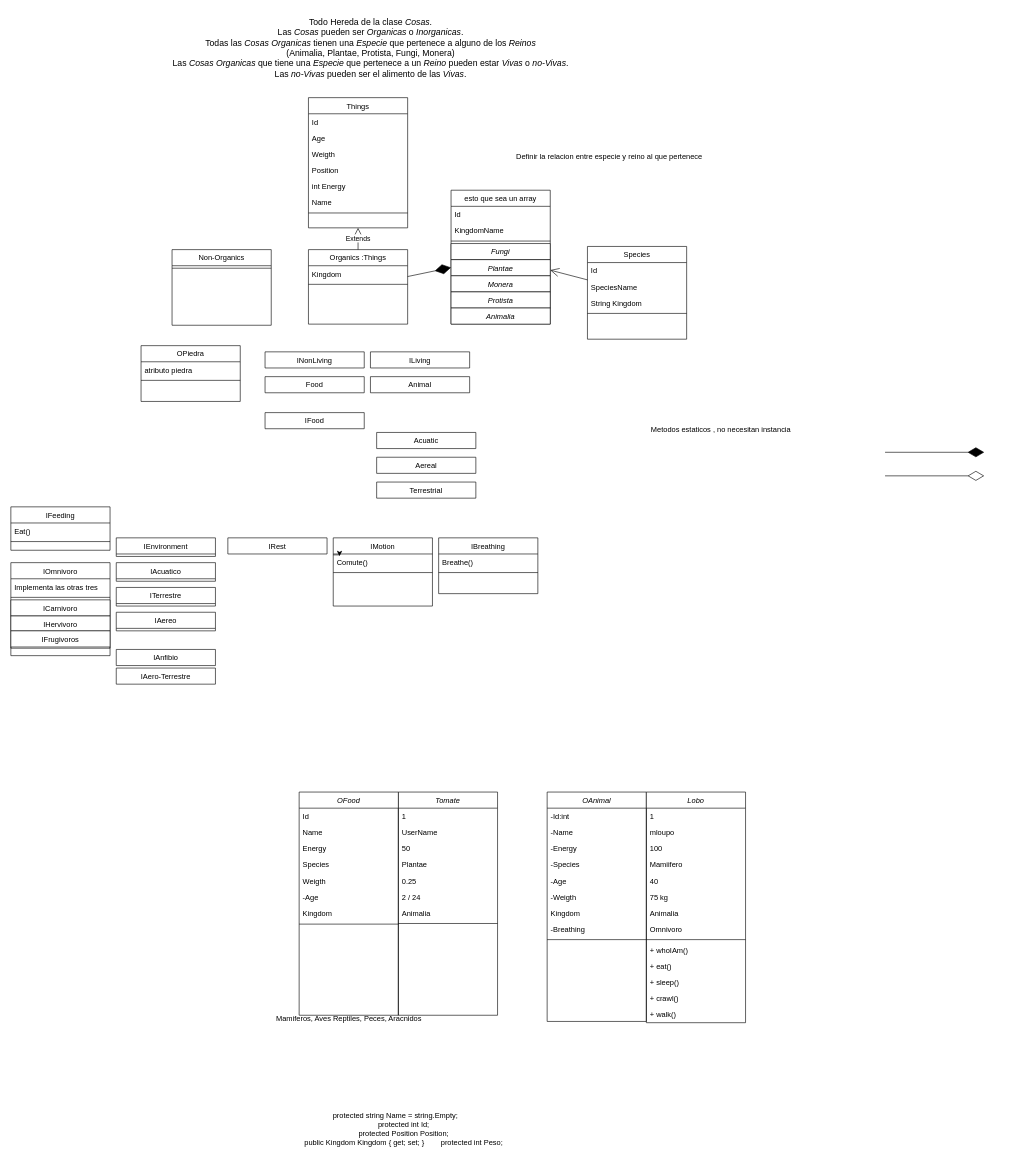
Earlier version of the draw.io diagram page "AppAnimal" (1 of 14) of AnimalApp.drawio (mloupo/AppAnimal). Source tidied: cells renumbered, new cells numbered last; positions are measured from the earlier drawing's top-left corner, leaving out a move shared by most shapes. Both pictures are drawn from the tidied source at 62%, with x=0, y=0 at pixel (11, 11).
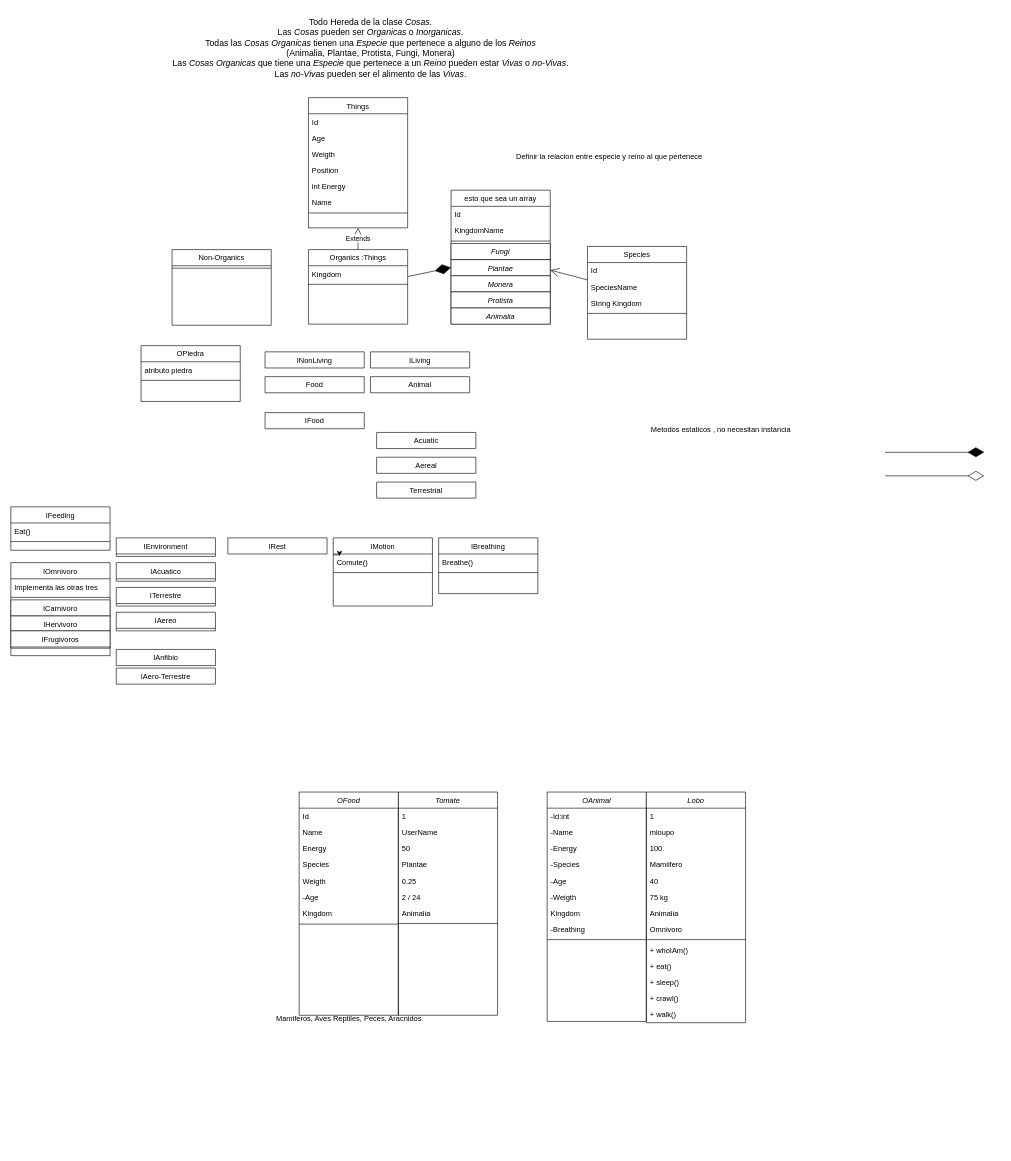
Above is the later version.

The edit, as a diff of the source:
```diff
@@
-    <mxCell id="115" value="&lt;div&gt;protected string Name = string.Empty;&lt;/div&gt;&lt;div&gt;&amp;nbsp; &amp;nbsp; &amp;nbsp; &amp;nbsp; protected int Id;&lt;/div&gt;&lt;div&gt;&amp;nbsp; &amp;nbsp; &amp;nbsp; &amp;nbsp; protected Position Position;&lt;/div&gt;&lt;div&gt;&amp;nbsp; &amp;nbsp; &amp;nbsp; &amp;nbsp; public Kingdom Kingdom { get; set; }&amp;nbsp; &amp;nbsp; &amp;nbsp; &amp;nbsp; protected int Peso;&lt;/div&gt;" style="text;html=1;align=center;verticalAlign=middle;strokeColor=none;fillColor=none;" parent="1" vertex="1">
-      <mxGeometry x="440" y="1768" width="360" height="70" as="geometry" />
-    </mxCell>
```
